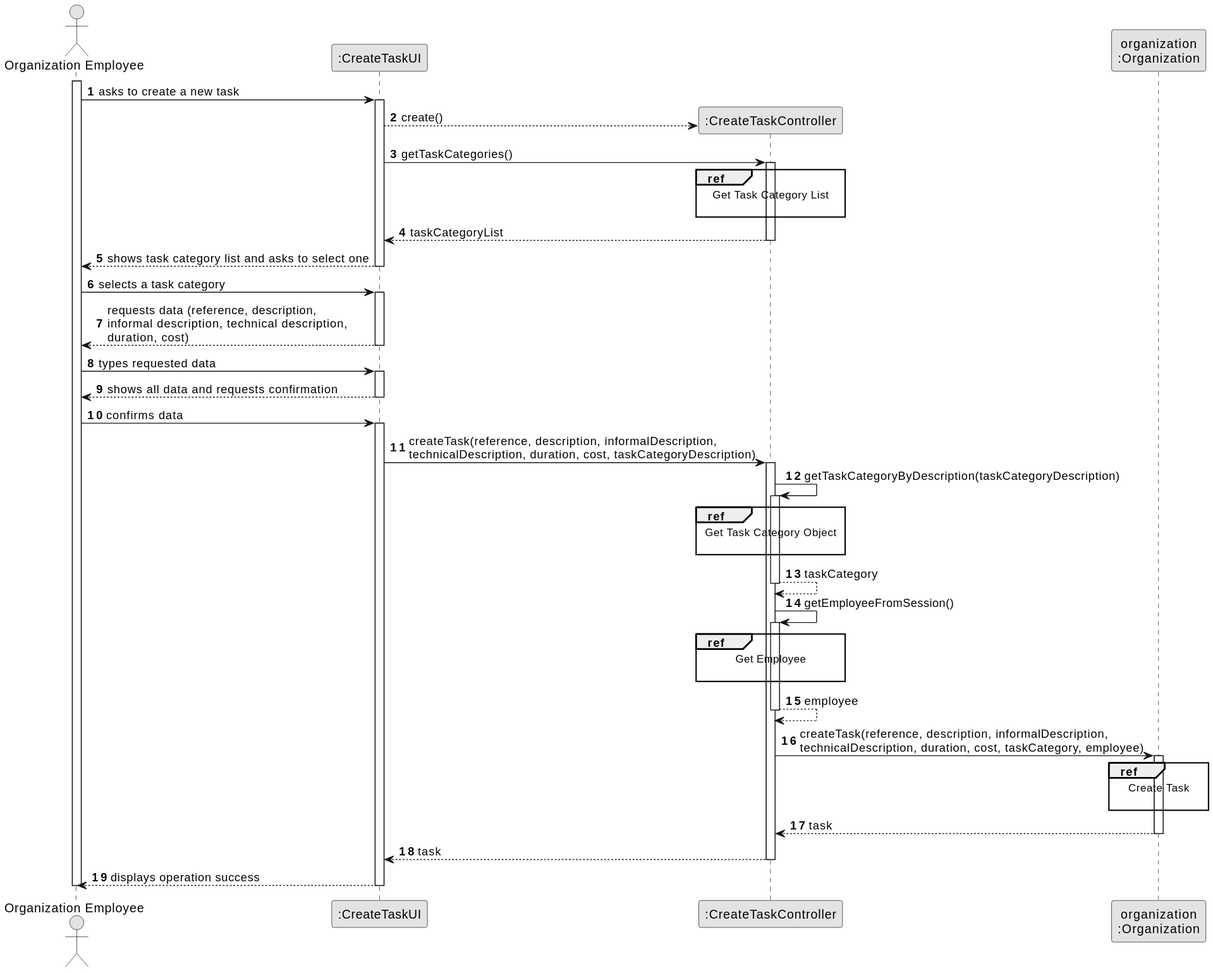
Above: docs/system-documentation/US002/03.design/svg/US006-SD-split.svg in bruno-monteiro5/sem2-pi-24.25-g132-repo (PlantUML), before the change.
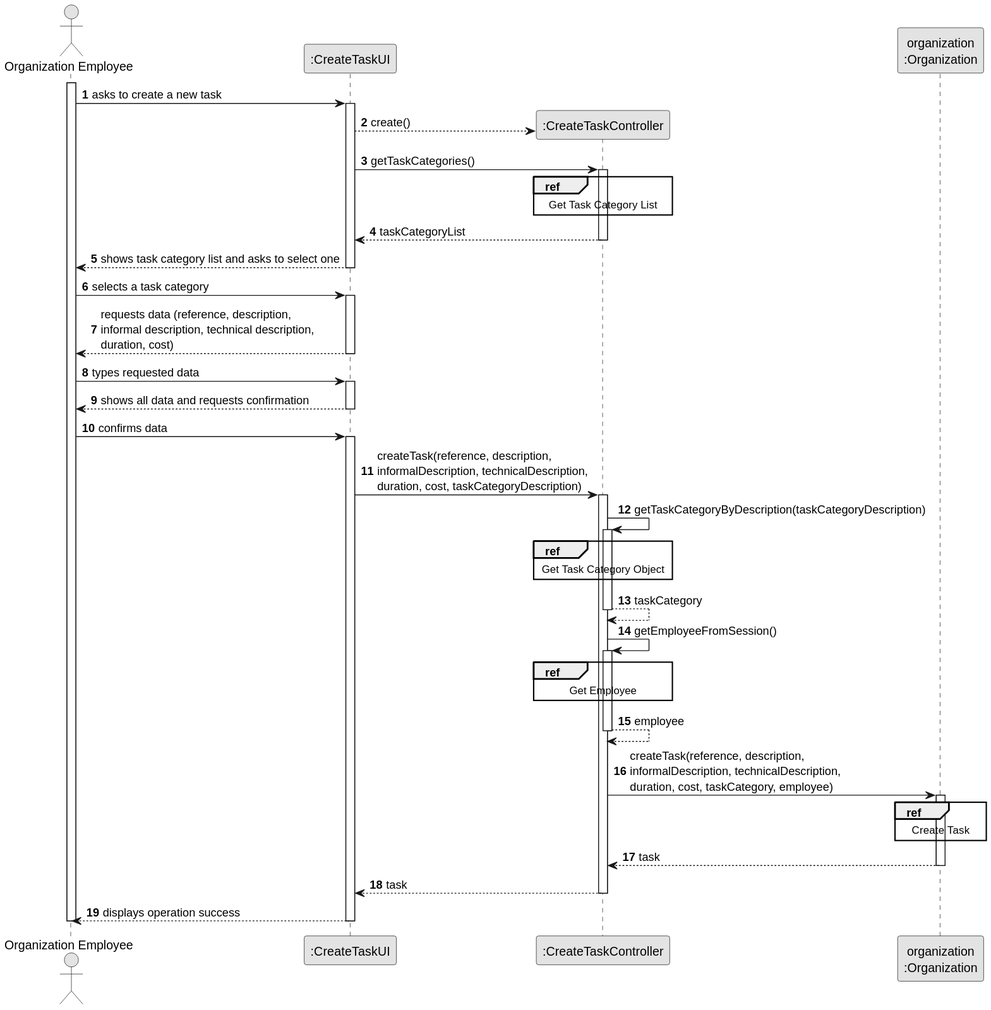
The same file after the commit.

What changed in the source:
```diff
@@ -14,18 +14,15 @@
 activate ORG_EMPLOYEE
 
     ORG_EMPLOYEE -> UI : asks to create a new task
-
     activate UI
 
         UI --> CTRL** : create()
         UI -> CTRL : getTaskCategories()
         ref over CTRL
             Get Task Category List
-
         end ref
 
         activate CTRL
-
             CTRL --> UI : taskCategoryList
         deactivate CTRL
 
@@ -47,44 +44,37 @@
     ORG_EMPLOYEE -> UI : confirms data
     activate UI
 
-        UI -> CTRL : createTask(reference, description, informalDescription,\ntechnicalDescription, duration, cost, taskCategoryDescription)
+        UI -> CTRL : createTask(reference, description,\ninformalDescription, technicalDescription,\nduration, cost, taskCategoryDescription)
         activate CTRL
 
             CTRL -> CTRL : getTaskCategoryByDescription(taskCategoryDescription)
             activate CTRL
-
                 ref over CTRL
                     Get Task Category Object
-
                 end ref
-
                 CTRL --> CTRL : taskCategory
             deactivate CTRL
 
             CTRL -> CTRL : getEmployeeFromSession()
             activate CTRL
-
                 ref over CTRL
                     Get Employee
-
                 end ref
                 CTRL --> CTRL : employee
             deactivate CTRL
 
-            CTRL -> ORG: createTask(reference, description, informalDescription,\ntechnicalDescription, duration, cost, taskCategory, employee)
+            CTRL -> ORG: createTask(reference, description,\ninformalDescription, technicalDescription,\nduration, cost, taskCategory, employee)
             activate ORG
-
                 ref over ORG
                     Create Task
-
-                end
-
+                end ref
                 ORG --> CTRL : task
             deactivate ORG
 
             CTRL --> UI: task
-            deactivate CTRL
-            UI --> ORG_EMPLOYEE: displays operation success
+        deactivate CTRL
+
+        UI --> ORG_EMPLOYEE: displays operation success
     deactivate UI
 
 deactivate ORG_EMPLOYEE
```
